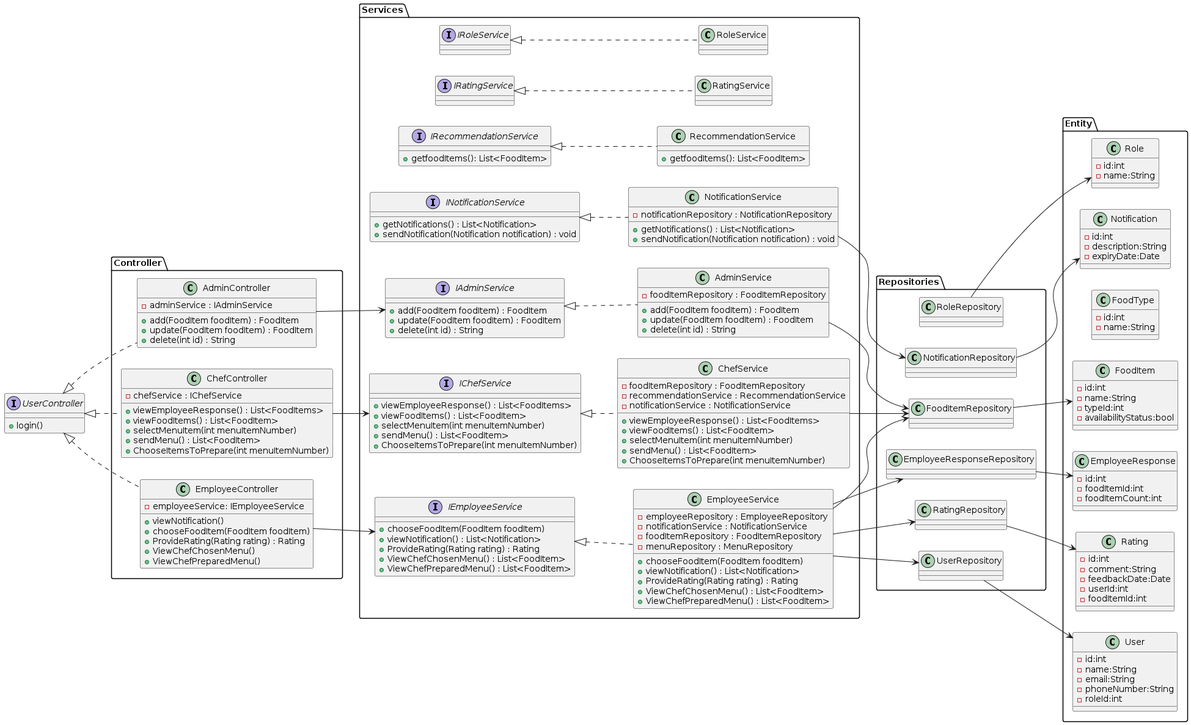
The PlantUML diagram FinalAssignment/SolutionClassDiagram.png in ishikagarg-itt/learnAndCodeFinalProject, before a commit.
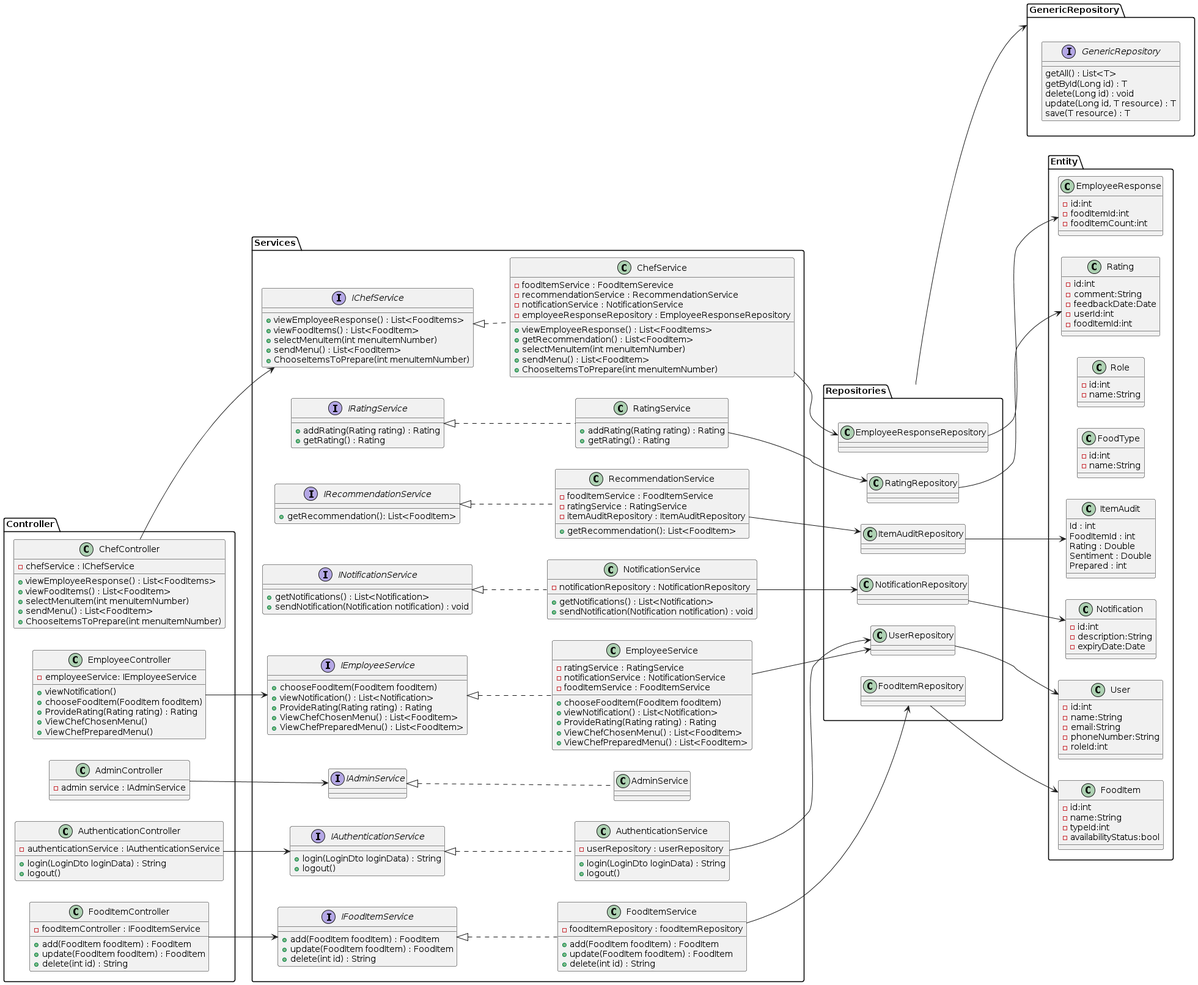
The same diagram one commit later.

Change to the diagram source:
```diff
@@ -1,13 +1,18 @@
 @startuml
 left to right direction
-interface UserController{
-+login()
+class Controller.AuthenticationController{
+-authenticationService : IAuthenticationService
++login(LoginDto loginData) : String
++logout()
 }
-class Controller.AdminController{
--adminService : IAdminService
+class Controller.FoodItemController{
+-foodItemController : IFoodItemService
 +add(FoodItem foodItem) : FoodItem
 +update(FoodItem foodItem) : FoodItem
 +delete(int id) : String
+}
+class Controller.AdminController{
+-admin service : IAdminService
 }
 class Controller.EmployeeController{
 -employeeService: IEmployeeService
@@ -26,10 +31,6 @@
 +ChooseItemsToPrepare(int menuItemNumber)
 }
 
-class Controller.ChefController implements UserController
-class Controller.AdminController implements UserController
-class Controller.EmployeeController implements UserController
-
 interface Services.IEmployeeService{
 +chooseFoodItem(FoodItem foodItem)
 +viewNotification() : List<Notification>
@@ -39,10 +40,9 @@
 }
 
 class Services.EmployeeService{
--employeeRepository : EmployeeRepository
+-ratingService : RatingService
 -notificationService : NotificationService
--foodItemRepository : FoodItemRepository
--menuRepository : MenuRepository
+-foodItemService : FoodItemService
 +chooseFoodItem(FoodItem foodItem)
 +viewNotification() : List<Notification>
 +ProvideRating(Rating rating) : Rating
@@ -51,16 +51,9 @@
 }
 
 interface Services.IAdminService{
-+add(FoodItem foodItem) : FoodItem
-+update(FoodItem foodItem) : FoodItem
-+delete(int id) : String
 }
 
 class Services.AdminService{
--foodItemRepository : FoodItemRepository
-+add(FoodItem foodItem) : FoodItem
-+update(FoodItem foodItem) : FoodItem
-+delete(int id) : String
 }
 
 interface Services.IChefService{
@@ -72,11 +65,12 @@
 }
 
 class Services.ChefService{
--foodItemRepository : FoodItemRepository
+-foodItemService : FoodItemSerevice
 -recommendationService : RecommendationService
 -notificationService : NotificationService
+-employeeResponseRepository : EmployeeResponseRepository
 +viewEmployeeResponse() : List<FoodItems>
-+viewFoodItems() : List<FoodItem>
++getRecommendation() : List<FoodItem>
 +selectMenuItem(int menuItemNumber)
 +sendMenu() : List<FoodItem>
 +ChooseItemsToPrepare(int menuItemNumber)
@@ -94,39 +88,79 @@
 }
 
 interface Services.IRecommendationService{
-+getfoodItems(): List<FoodItem>
++getRecommendation(): List<FoodItem>
 }
 
 class Services.RecommendationService{
-+getfoodItems(): List<FoodItem>
+-foodItemService : FoodItemService
+-ratingService : RatingService
+-itemAuditRepository : ItemAuditRepository
++getRecommendation(): List<FoodItem>
 }
 
 interface Services.IRatingService{
++addRating(Rating rating) : Rating
++getRating() : Rating
 }
 
 class Services.RatingService{
++addRating(Rating rating) : Rating
++getRating() : Rating
 }
 
-interface Services.IRoleService{
+interface Services.IAuthenticationService{
++login(LoginDto loginData) : String
++logout()
 }
 
-class Services.RoleService{
+class Services.AuthenticationService{
+-userRepository : userRepository
++login(LoginDto loginData) : String
++logout()
 }
+
+interface Services.IFoodItemService{
++add(FoodItem foodItem) : FoodItem
++update(FoodItem foodItem) : FoodItem
++delete(int id) : String
+}
+
+class Services.FoodItemService{
+-foodItemRepository : foodItemRepository
++add(FoodItem foodItem) : FoodItem
++update(FoodItem foodItem) : FoodItem
++delete(int id) : String
+}
+
 
 
 Controller.EmployeeController --> Services.IEmployeeService
 Controller.AdminController --> Services.IAdminService
 Controller.ChefController --> Services.IChefService
+Controller.AuthenticationController --> Services.IAuthenticationService
+Controller.FoodItemController --> Services.IFoodItemService
 Services.IAdminService <|.. Services.AdminService
 Services.IChefService <|.. Services.ChefService
 Services.IEmployeeService <|.. Services.EmployeeService
 Services.INotificationService <|.. Services.NotificationService
 Services.IRatingService <|.. Services.RatingService
-Services.IRoleService <|.. Services.RoleService
 Services.IRecommendationService <|.. Services.RecommendationService
+Services.IAuthenticationService <|.. Services.AuthenticationService
+Services.IFoodItemService <|.. Services.FoodItemService
 
+package "GenericRepository"
+{
 
+interface GenericRepository {
+getAll() : List<T>
+getById(Long id) : T
+delete(Long id) : void
+update(Long id, T resource) : T
+save(T resource) : T
+}
+}
 
+package "Repositories"{
 
 class Repositories.UserRepository{
 }
@@ -138,16 +172,19 @@
 }
 class Repositories.EmployeeResponseRepository{
 }
-class Repositories.RoleRepository{
+class Repositories.ItemAuditRepository{
+}
 }
 
-Services.ChefService --> Repositories.FoodItemRepository
+Repositories --> GenericRepository
+
 Services.EmployeeService --> Repositories.UserRepository
 Services.NotificationService --> Repositories.NotificationRepository
-Services.AdminService --> Repositories.FoodItemRepository
-Services.EmployeeService --> Repositories.RatingRepository
-Services.EmployeeService --> Repositories.EmployeeResponseRepository
-Services.EmployeeService --> Repositories.FoodItemRepository
+Services.ChefService --> Repositories.EmployeeResponseRepository
+Services.AuthenticationService --> Repositories.UserRepository
+Services.FoodItemService --> Repositories.FoodItemRepository
+Services.RatingService --> Repositories.RatingRepository
+Services.RecommendationService --> Repositories.ItemAuditRepository
 
 class Entity.User{
 -id:int
@@ -194,11 +231,19 @@
 -foodItemCount:int
 }
 
+class Entity.ItemAudit {
+Id : int
+FoodItemId : int
+Rating : Double
+Sentiment : Double
+Prepared : int
+}
+
 
 Repositories.NotificationRepository --> Entity.Notification
 Repositories.FoodItemRepository --> Entity.FoodItem
 Repositories.RatingRepository --> Entity.Rating
 Repositories.EmployeeResponseRepository --> Entity.EmployeeResponse
-Repositories.RoleRepository --> Entity.Role
 Repositories.UserRepository --> Entity.User
+Repositories.ItemAuditRepository --> Entity.ItemAudit
 @enduml
```
